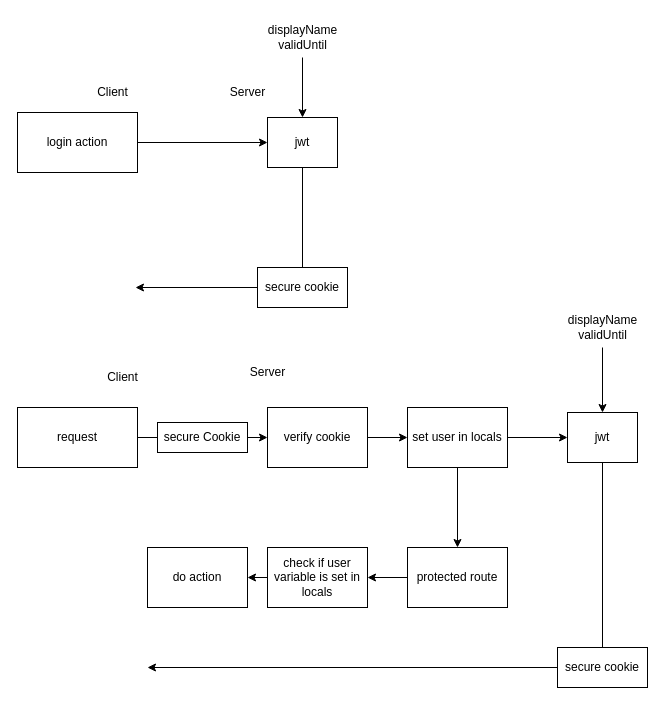
This is Auth.drawio from Leoguy77/sveltekit-kontaktverzeichnis, a draw.io file, before an edit. Source tidied: cells renumbered, new cells numbered last; positions are measured from the earlier drawing's top-left corner, leaving out a move shared by most shapes. Both pictures are drawn from the tidied source at 100%, with x=0, y=0 at pixel (17, 17).
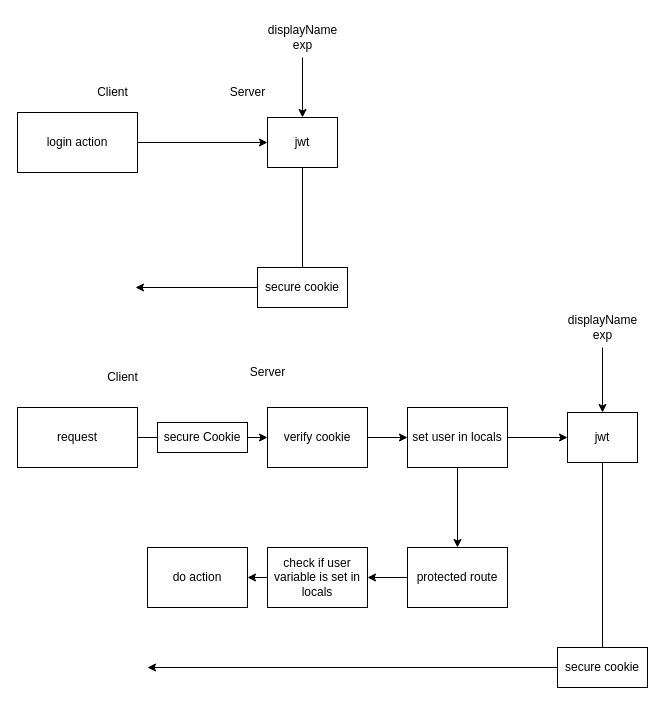
The same page after the edit.

Commit message:
changed jwt property name

What changed in the source:
```diff
@@
-    <mxCell id="5" value="displayName&lt;br&gt;validUntil&lt;br&gt;" style="text;html=1;align=center;verticalAlign=middle;points=[];strokeColor=none;fillColor=none;" parent="1" vertex="1">
+    <mxCell id="5" value="displayName&lt;br&gt;exp" style="text;html=1;align=center;verticalAlign=middle;points=[];strokeColor=none;fillColor=none;" parent="1" vertex="1">
       <mxGeometry x="240" width="90" height="40" as="geometry" />
     </mxCell>
@@
-    <mxCell id="19" value="displayName&lt;br&gt;validUntil&lt;br&gt;" style="text;html=1;align=center;verticalAlign=middle;points=[];strokeColor=none;fillColor=none;" parent="1" vertex="1">
+    <mxCell id="19" value="displayName&lt;br&gt;exp" style="text;html=1;align=center;verticalAlign=middle;points=[];strokeColor=none;fillColor=none;" parent="1" vertex="1">
       <mxGeometry x="540" y="290" width="90" height="40" as="geometry" />
     </mxCell>
```
